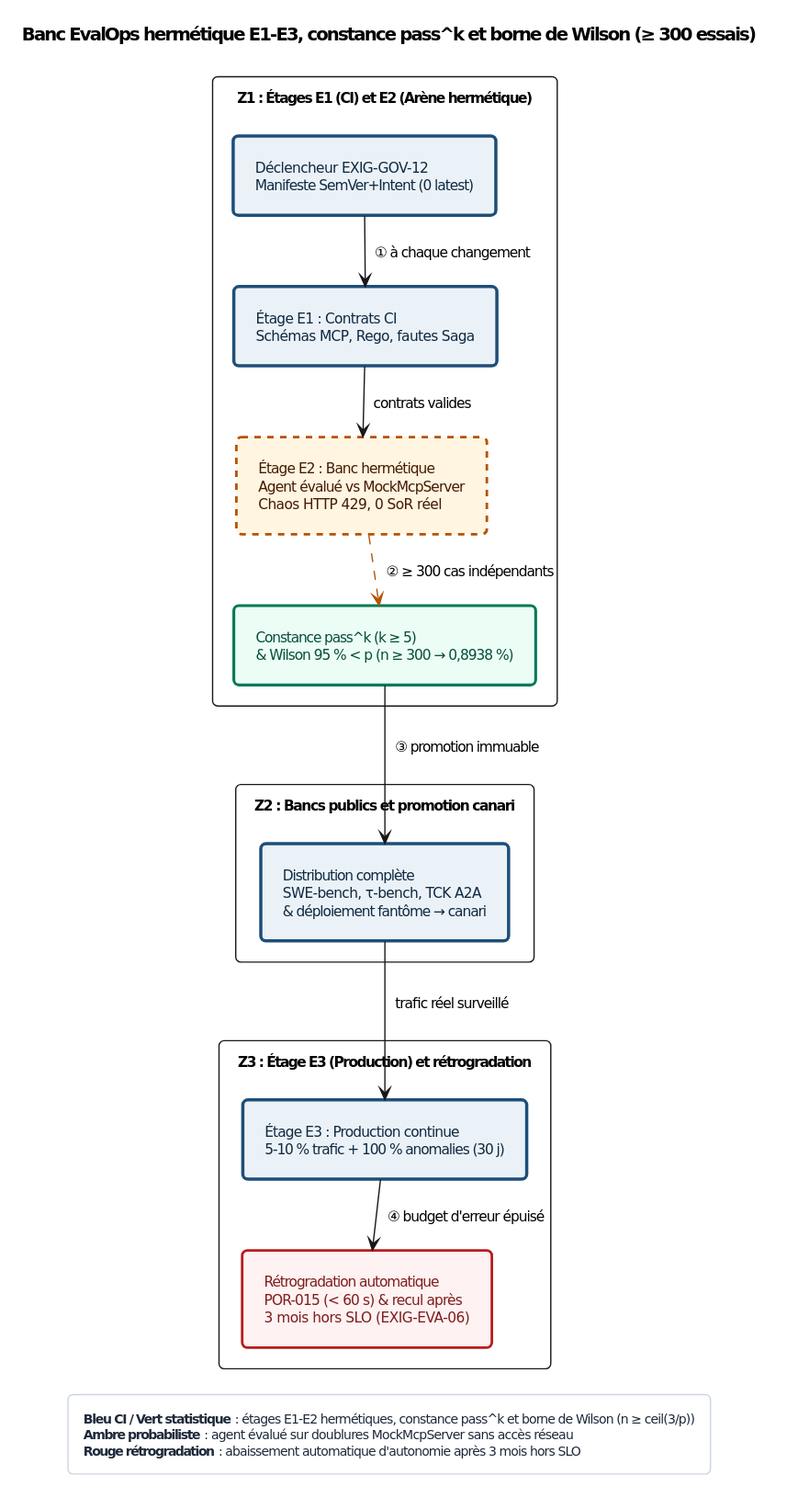
agbruneau/Agentique keeps this PlantUML diagram as Compendium/ouvrage/schemas/rendus/SCH-23-01.svg. Above is the earlier version. The source it was exported from:
```plantuml
@startuml
<style>
document {
  BackgroundColor #FFFFFF
}
.det {
  BackgroundColor #EBF2F7
  LineColor #1E4E79
  LineThickness 2.5
  FontColor #0F2942
}
.prob {
  BackgroundColor #FFF5E0
  LineColor #B45309
  LineThickness 2.0
  LineStyle 5
  FontColor #451A03
}
.danger {
  BackgroundColor #FEF2F2
  LineColor #B91C1C
  LineThickness 2.0
  FontColor #7F1D1D
}
.ok {
  BackgroundColor #ECFDF5
  LineColor #047857
  LineThickness 2.2
  FontColor #064E3B
}
.ext {
  BackgroundColor #F3F4F6
  LineColor #4B5563
  LineThickness 1.5
  FontColor #111827
}
package {
  BackgroundColor #F8FAFC
  LineColor #64748B
  LineThickness 1.2
  FontColor #334155
}
legend {
  BackgroundColor #FFFFFF
  LineColor #CBD5E1
  FontColor #1E293B
  FontSize 10
}
</style>
hide stereotype
top to bottom direction
skinparam defaultFontName "DejaVu Sans"
skinparam defaultFontSize 11
skinparam shadowing false
skinparam roundcorner 8
skinparam packageStyle rectangle
skinparam nodesep 22
skinparam ranksep 26
skinparam padding 7

title Banc EvalOps hermétique E1-E3, constance pass^k et borne de Wilson (≥ 300 essais)
package "Z1 : Étages E1 (CI) et E2 (Arène hermétique)" {
  rectangle "Déclencheur EXIG-GOV-12\nManifeste SemVer+Intent (0 latest)" as TRIG <<det>>
  rectangle "Étage E1 : Contrats CI\nSchémas MCP, Rego, fautes Saga" as E1 <<det>>
  rectangle "Étage E2 : Banc hermétique\nAgent évalué vs MockMcpServer\nChaos HTTP 429, 0 SoR réel" as E2 <<prob>>
  rectangle "Constance pass^k (k ≥ 5)\n& Wilson 95 % < p (n ≥ 300 → 0,8938 %)" as WIL <<ok>>
}
package "Z2 : Bancs publics et promotion canari" {
  rectangle "Distribution complète\nSWE-bench, τ-bench, TCK A2A\n& déploiement fantôme → canari" as CAN <<det>>
}
package "Z3 : Étage E3 (Production) et rétrogradation" {
  rectangle "Étage E3 : Production continue\n5-10 % trafic + 100 % anomalies (30 j)" as E3 <<det>>
  rectangle "Rétrogradation automatique\nPOR-015 (< 60 s) & recul après\n3 mois hors SLO (EXIG-EVA-06)" as RETR <<danger>>
}
TRIG --> E1 : ① à chaque changement
E1 --> E2 : contrats valides
E2 .[#B45309].> WIL : ② ≥ 300 cas indépendants
WIL --> CAN : ③ promotion immuable
CAN --> E3 : trafic réel surveillé
E3 --> RETR : ④ budget d'erreur épuisé
legend bottom
  **Bleu CI / Vert statistique** : étages E1-E2 hermétiques, constance pass^k et borne de Wilson (n ≥ ceil(3/p))
  **Ambre probabiliste** : agent évalué sur doublures MockMcpServer sans accès réseau
  **Rouge rétrogradation** : abaissement automatique d'autonomie après 3 mois hors SLO
end legend
@enduml
```
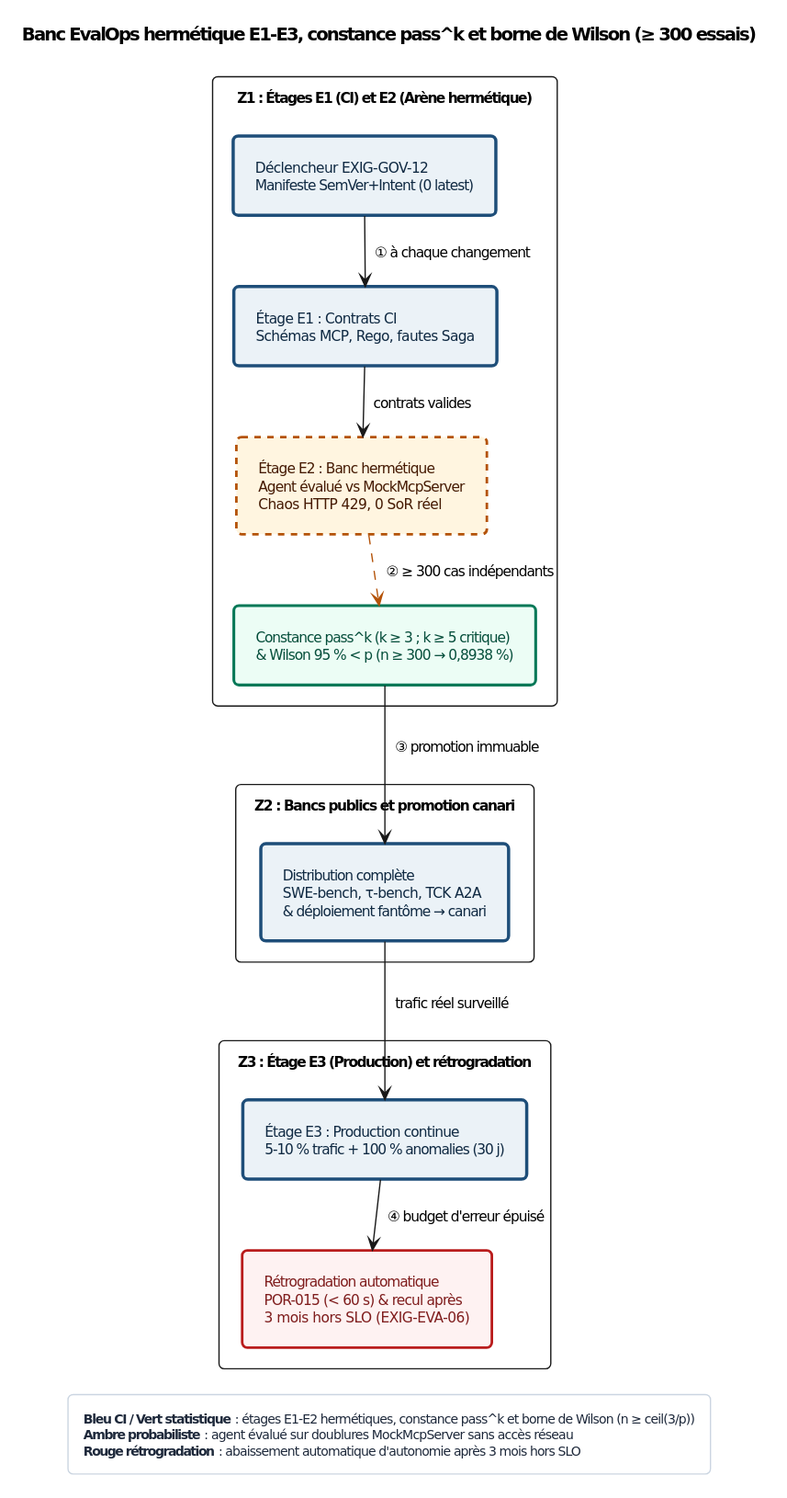
After the commit.

Change to the diagram source:
```diff
@@ -63,7 +63,7 @@
   rectangle "Déclencheur EXIG-GOV-12\nManifeste SemVer+Intent (0 latest)" as TRIG <<det>>
   rectangle "Étage E1 : Contrats CI\nSchémas MCP, Rego, fautes Saga" as E1 <<det>>
   rectangle "Étage E2 : Banc hermétique\nAgent évalué vs MockMcpServer\nChaos HTTP 429, 0 SoR réel" as E2 <<prob>>
-  rectangle "Constance pass^k (k ≥ 5)\n& Wilson 95 % < p (n ≥ 300 → 0,8938 %)" as WIL <<ok>>
+  rectangle "Constance pass^k (k ≥ 3 ; k ≥ 5 critique)\n& Wilson 95 % < p (n ≥ 300 → 0,8938 %)" as WIL <<ok>>
 }
 package "Z2 : Bancs publics et promotion canari" {
   rectangle "Distribution complète\nSWE-bench, τ-bench, TCK A2A\n& déploiement fantôme → canari" as CAN <<det>>
```
